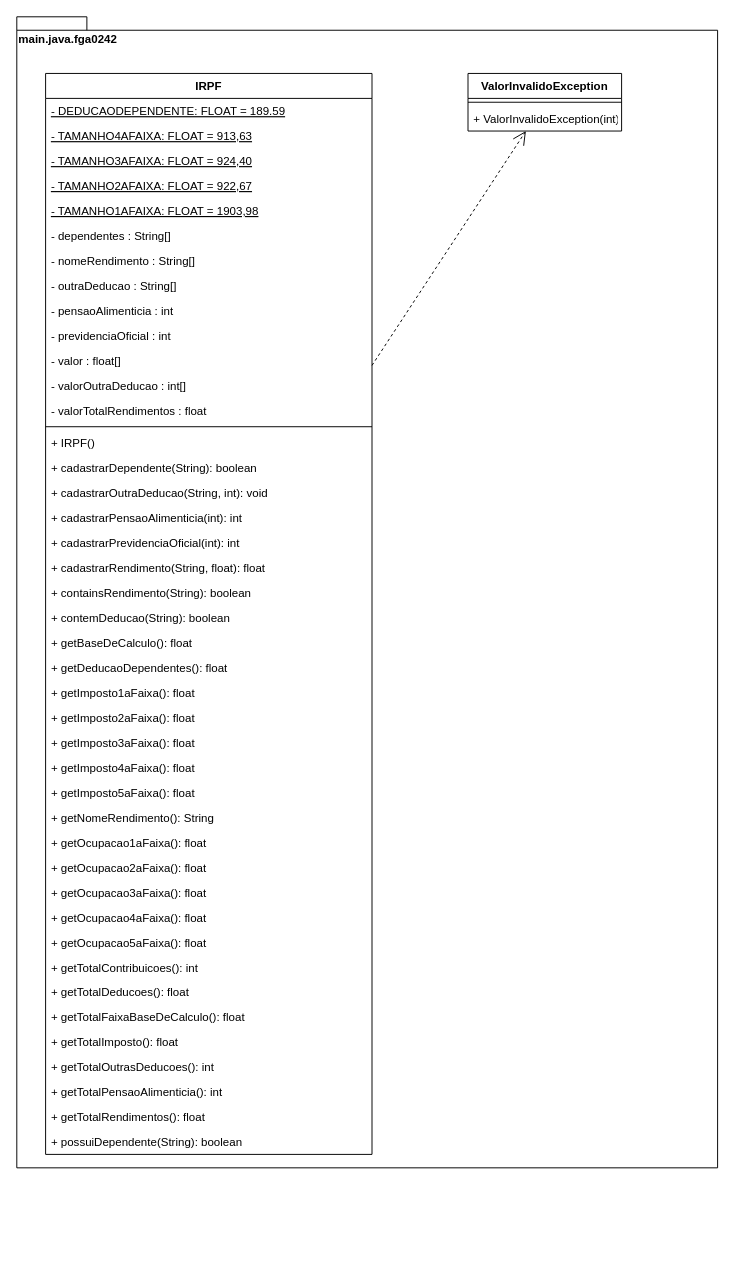
Before: page "AposExtrairConstantes" (2 of 2) of aula19/diagClasses.drawio in andrelanna/fga0242, a draw.io diagram. Source tidied: cells renumbered, new cells numbered last; positions are measured from the earlier drawing's top-left corner, leaving out a move shared by most shapes. Both pictures are drawn from the tidied source at 96%, with x=0, y=0 at pixel (16, 16).
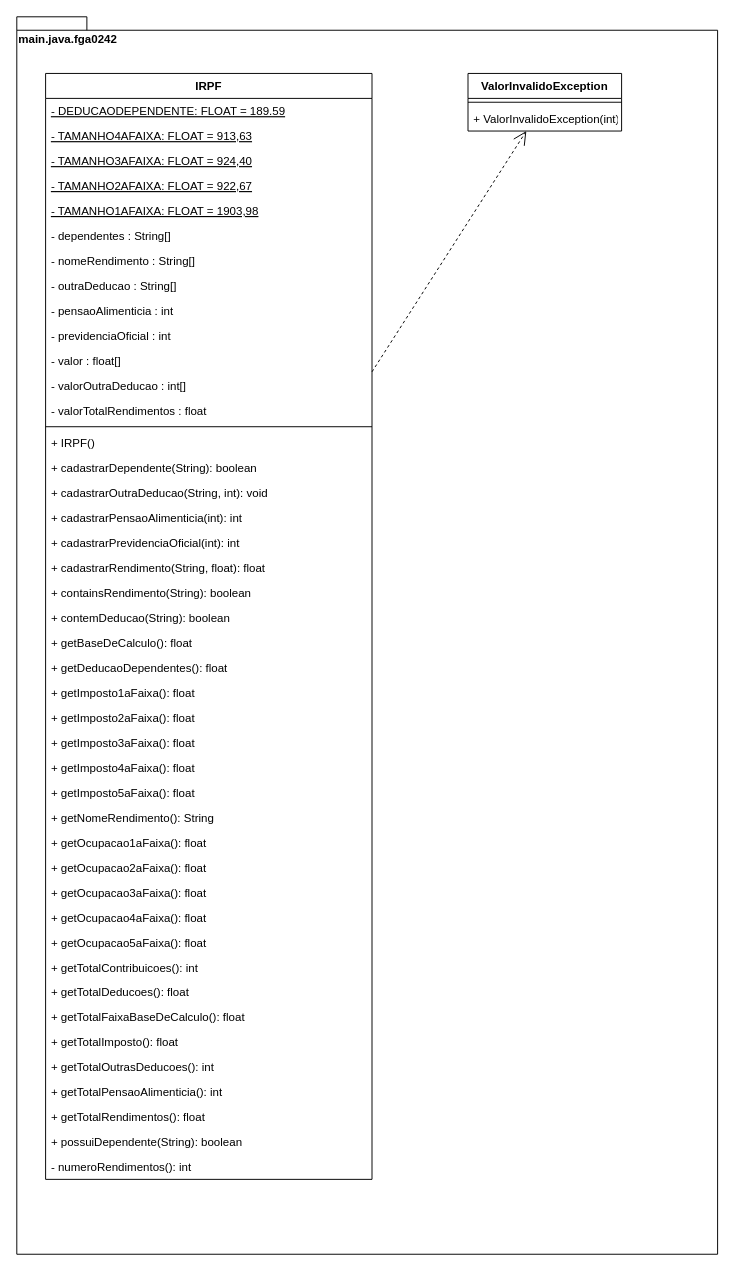
After the change.

Commit message (it also covers changes not shown here):
[Refatoracao] Expressoes que retornam o numero de rendimentos foram substituidas por uma chamada ao metodo numeroRendimentos()

Diff of the diagram source:
```diff
@@
     <mxCell id="2" value="main.java.fga0242" style="shape=folder;fontStyle=1;spacingTop=10;tabWidth=40;tabHeight=14;tabPosition=left;html=1;align=left;horizontal=1;verticalAlign=top;" parent="1" vertex="1">
-      <mxGeometry width="730" height="1199" as="geometry" />
+      <mxGeometry width="730" height="1289" as="geometry" />
     </mxCell>
     <mxCell id="3" value="IRPF" style="swimlane;fontStyle=1;align=center;verticalAlign=top;horizontal=1;startSize=26;" parent="1" vertex="1">
-      <mxGeometry x="30" y="59" width="340" height="1126" as="geometry" />
+      <mxGeometry x="30" y="59" width="340" height="1152" as="geometry" />
     </mxCell>
@@
+    <mxCell id="51" value="- numeroRendimentos(): int" style="text;strokeColor=none;fillColor=none;align=left;verticalAlign=top;spacingLeft=4;spacingRight=4;overflow=hidden;" parent="3" vertex="1">
+      <mxGeometry y="1126" width="340" height="26" as="geometry" />
+    </mxCell>
```
